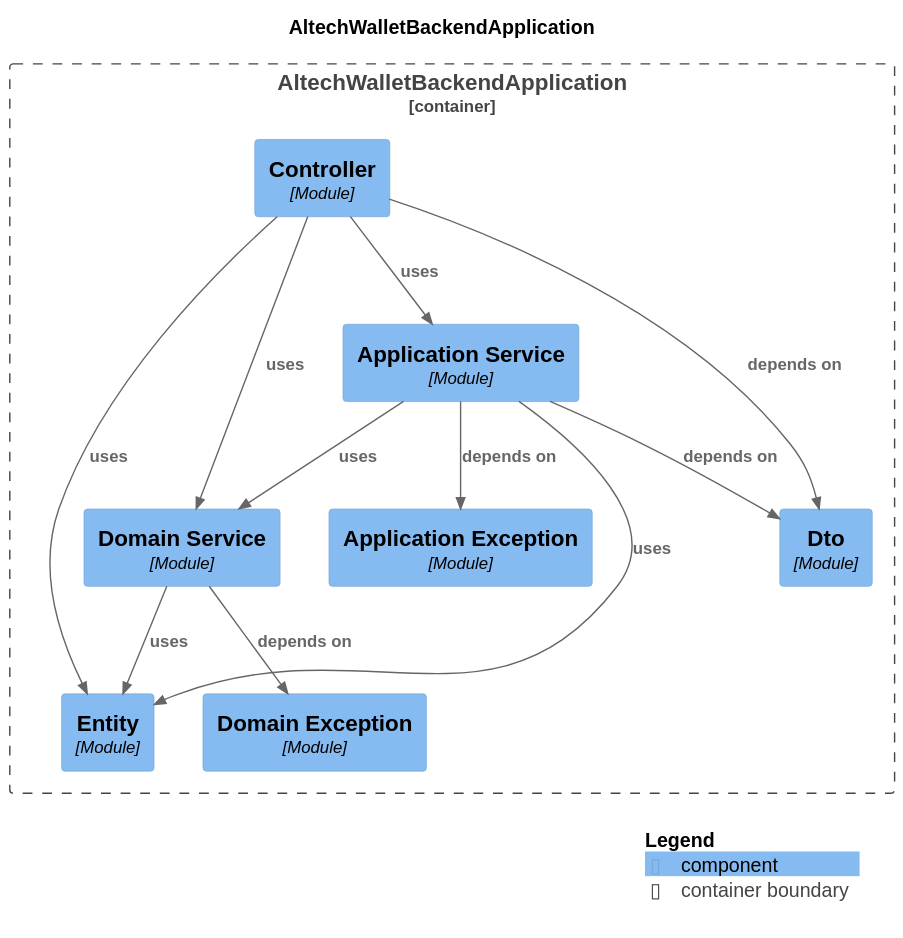
Above: docs/diagrams/components.svg in RaphaelKSLee/altech-wallet-backend (PlantUML), before the change.
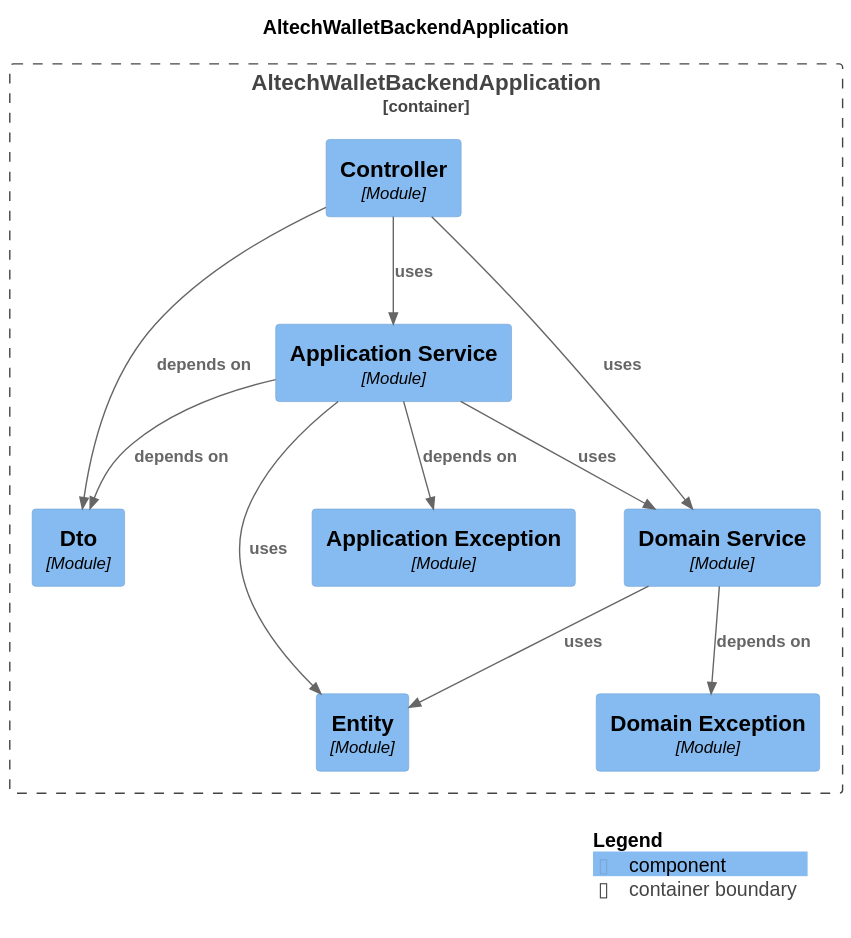
Later version of the same file.

The edit, as a diff of the source:
```diff
@@ -23,11 +23,10 @@
 Rel(AltechWalletBackendApplication.AltechWalletBackendApplication.Controller, AltechWalletBackendApplication.AltechWalletBackendApplication.Dto, "depends on", $techn="", $tags="", $link="")
 Rel(AltechWalletBackendApplication.AltechWalletBackendApplication.Controller, AltechWalletBackendApplication.AltechWalletBackendApplication.DomainService, "uses", $techn="", $tags="", $link="")
 Rel(AltechWalletBackendApplication.AltechWalletBackendApplication.Controller, AltechWalletBackendApplication.AltechWalletBackendApplication.ApplicationService, "uses", $techn="", $tags="", $link="")
-Rel(AltechWalletBackendApplication.AltechWalletBackendApplication.Controller, AltechWalletBackendApplication.AltechWalletBackendApplication.Entity, "uses", $techn="", $tags="", $link="")
 Rel(AltechWalletBackendApplication.AltechWalletBackendApplication.ApplicationService, AltechWalletBackendApplication.AltechWalletBackendApplication.Dto, "depends on", $techn="", $tags="", $link="")
 Rel(AltechWalletBackendApplication.AltechWalletBackendApplication.ApplicationService, AltechWalletBackendApplication.AltechWalletBackendApplication.ApplicationException, "depends on", $techn="", $tags="", $link="")
+Rel(AltechWalletBackendApplication.AltechWalletBackendApplication.ApplicationService, AltechWalletBackendApplication.AltechWalletBackendApplication.Entity, "uses", $techn="", $tags="", $link="")
 Rel(AltechWalletBackendApplication.AltechWalletBackendApplication.ApplicationService, AltechWalletBackendApplication.AltechWalletBackendApplication.DomainService, "uses", $techn="", $tags="", $link="")
-Rel(AltechWalletBackendApplication.AltechWalletBackendApplication.ApplicationService, AltechWalletBackendApplication.AltechWalletBackendApplication.Entity, "uses", $techn="", $tags="", $link="")
 
 SHOW_LEGEND(true)
 @enduml
```
